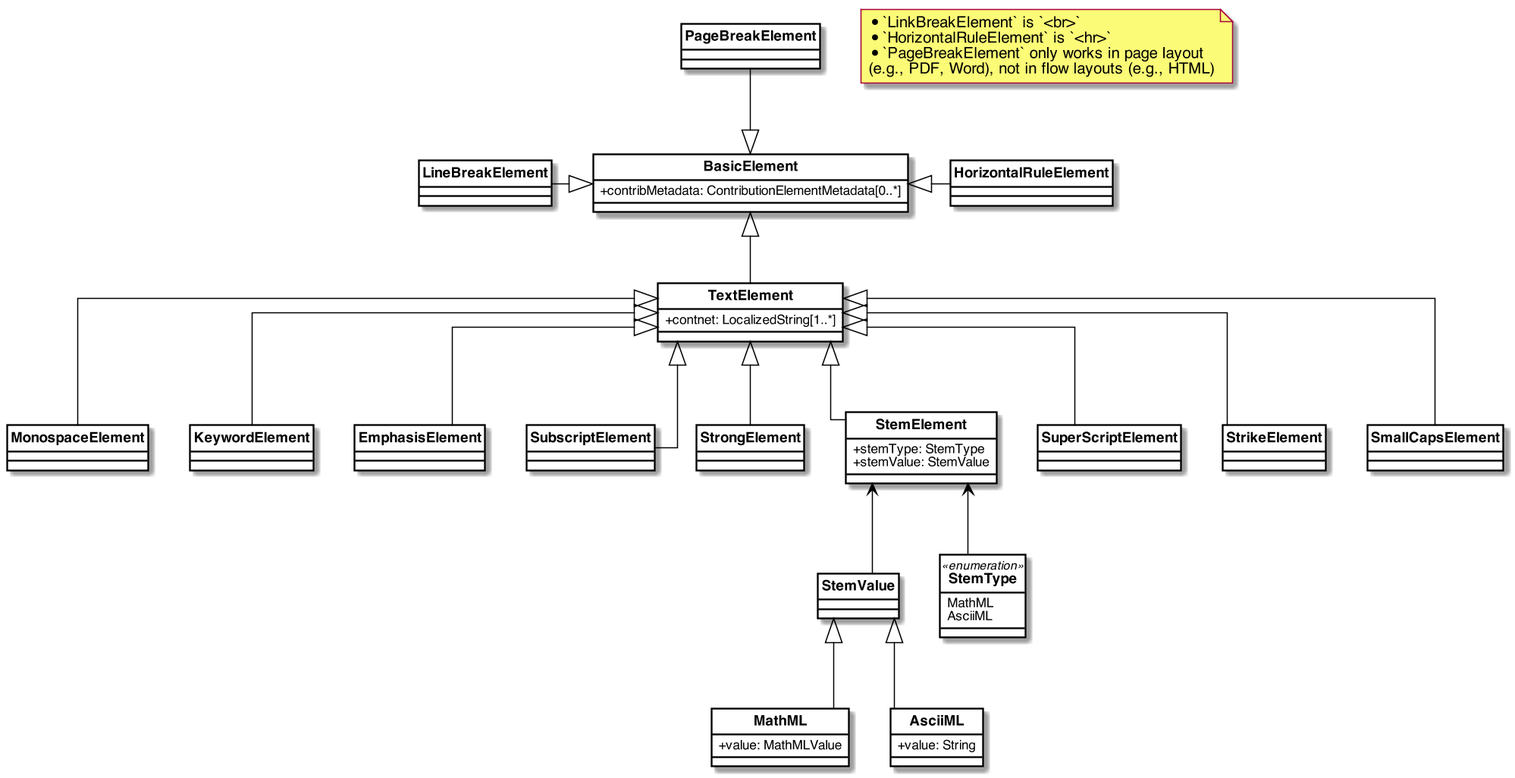
Before: images/TextElements.png, a diagram exported from PlantUML (metanorma/basicdoc-models).
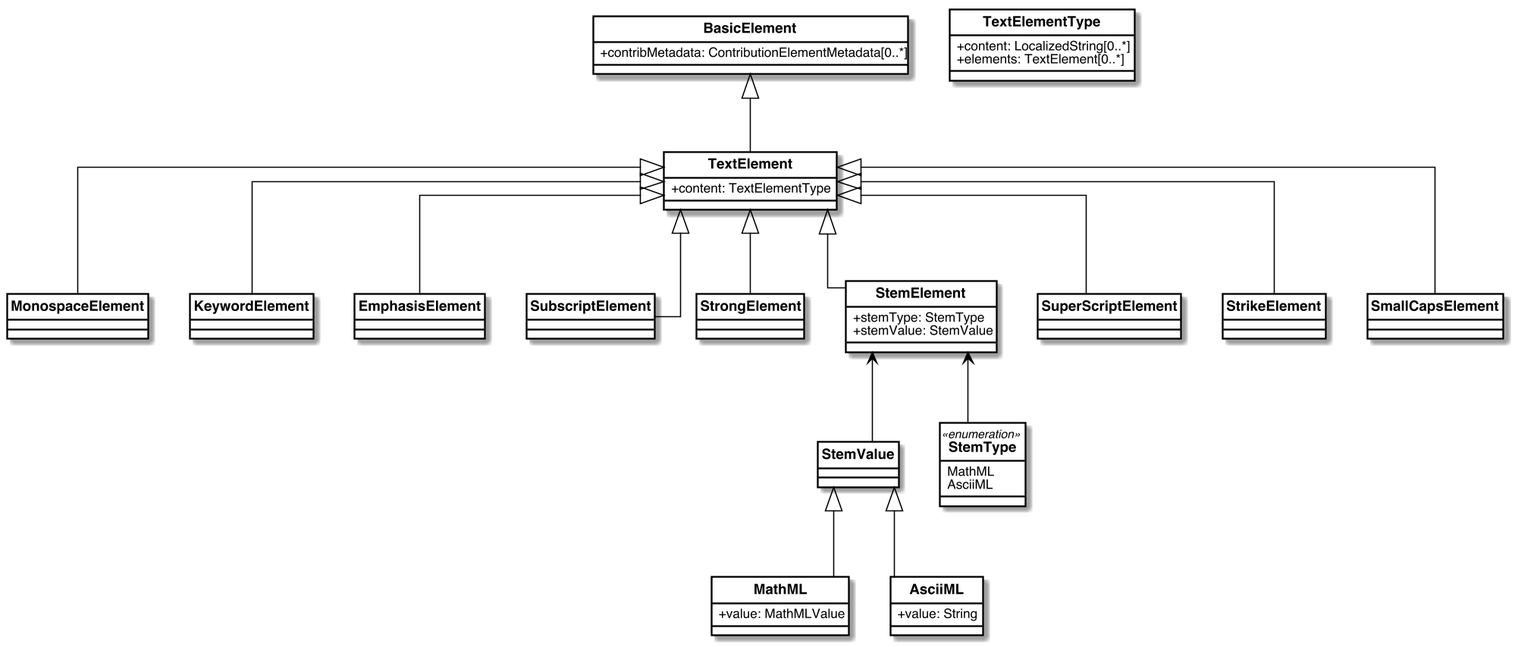
The same diagram one commit later.

Change to the diagram source:
```diff
@@ -45,19 +45,12 @@
 }
 
 class TextElement{
-    +contnet: LocalizedString[1..*]
+    +content: TextElementType
 }
 
-class PageBreakElement{
-
-}
-
-class LineBreakElement{
-
-}
-
-class HorizontalRuleElement{
-
+class TextElementType{
+    +content: LocalizedString[0..*]
+    +elements: TextElement[0..*]
 }
 
 class MonospaceElement{
@@ -117,12 +110,6 @@
 
 
 
-note "* `LinkBreakElement` is `<br>`\n* `HorizontalRuleElement` is `<hr>`\n* `PageBreakElement` only works in page layout\n(e.g., PDF, Word), not in flow layouts (e.g., HTML)" as N1
-
-
-BasicElement <|-up- PageBreakElement
-BasicElement <|-left- LineBreakElement
-BasicElement <|-right- HorizontalRuleElement
 BasicElement <|-down- TextElement
 
 TextElement <|-- KeywordElement
```
